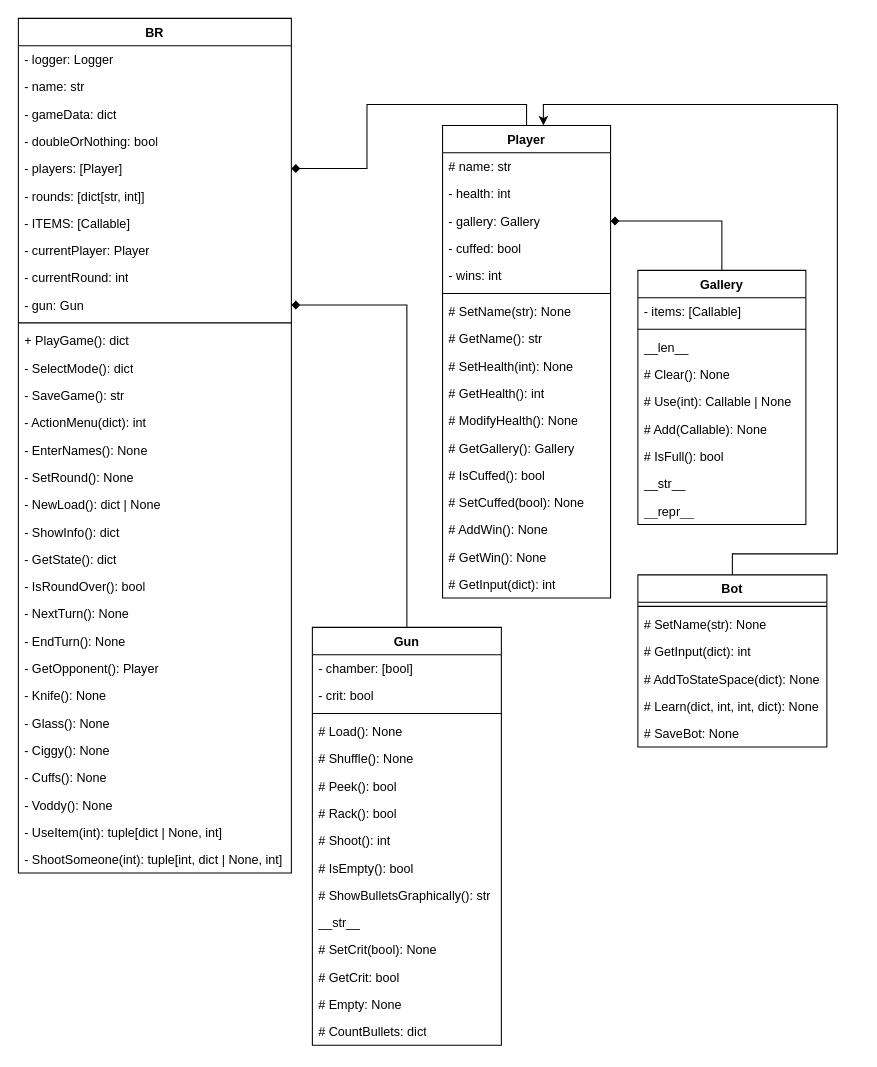
Above: BR_OOPDiagram.drawio in StreetTT/BackshotRoulette (draw.io), before the change. Source tidied: cells renumbered, new cells numbered last; positions are measured from the earlier drawing's top-left corner, leaving out a move shared by most shapes. Both pictures are drawn from the tidied source at 105%, with x=0, y=0 at pixel (18, 18).
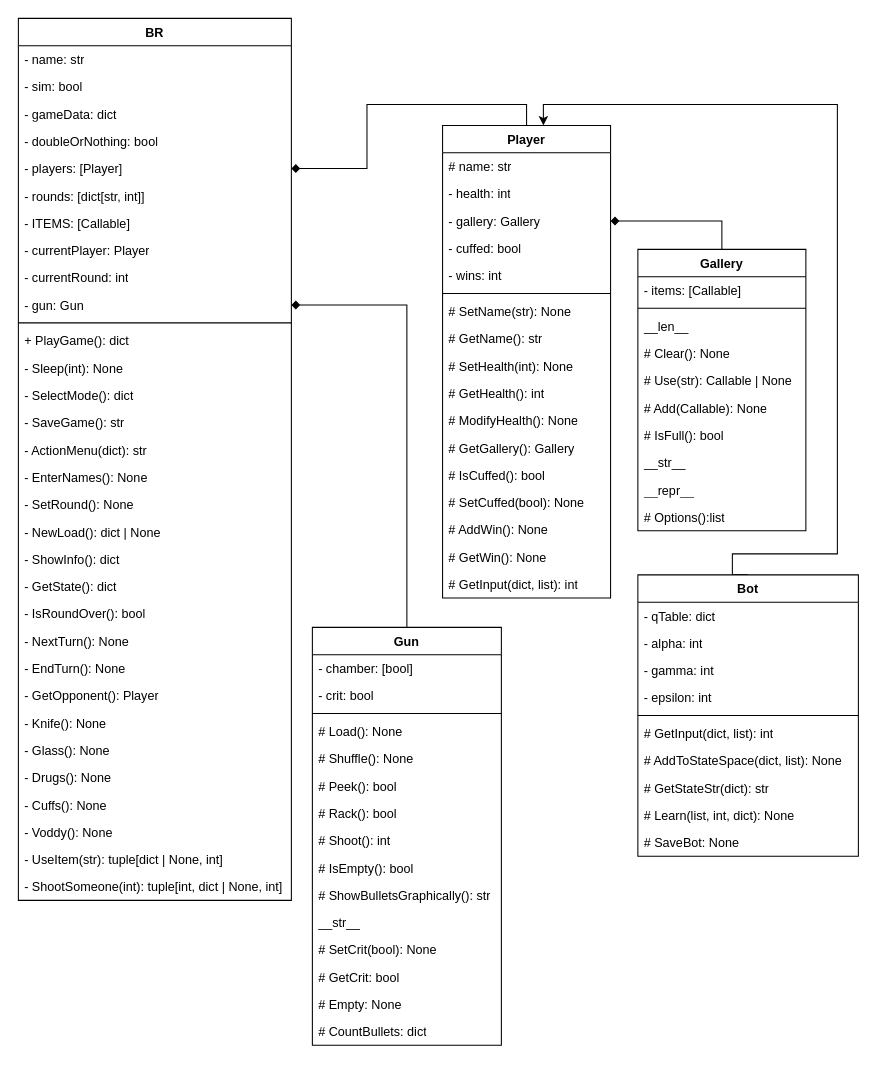
The same diagram, later.

The change refers to these unchanged cells:
```xml
<mxCell id="35" value="Player" style="swimlane;fontStyle=1;align=center;verticalAlign=top;horizontal=1;startSize=26;whiteSpace=wrap;html=1;" parent="1" vertex="1">
  <mxGeometry x="404" y="102" width="160" height="450" as="geometry" />
</mxCell>
```

Change to the diagram source:
```diff
@@
     <mxCell id="2" value="BR" style="swimlane;fontStyle=1;align=center;verticalAlign=top;horizontal=1;startSize=26;whiteSpace=wrap;html=1;" parent="1" vertex="1">
-      <mxGeometry width="260" height="814" as="geometry" />
+      <mxGeometry width="260" height="840" as="geometry" />
     </mxCell>
+    <mxCell id="4" value="- name: str" style="text;strokeColor=none;fillColor=none;align=left;verticalAlign=top;spacingLeft=4;spacingRight=4;overflow=hidden;whiteSpace=wrap;html=1;" parent="2" vertex="1">
+      <mxGeometry y="26" width="260" height="26" as="geometry" />
+    </mxCell>
-    <mxCell id="3" value="- logger: Logger" style="text;strokeColor=none;fillColor=none;align=left;verticalAlign=top;spacingLeft=4;spacingRight=4;overflow=hidden;whiteSpace=wrap;html=1;" parent="2" vertex="1">
-      <mxGeometry y="26" width="260" height="26" as="geometry" />
+    <mxCell id="3" value="- sim: bool" style="text;strokeColor=none;fillColor=none;align=left;verticalAlign=top;spacingLeft=4;spacingRight=4;overflow=hidden;whiteSpace=wrap;html=1;" parent="2" vertex="1">
+      <mxGeometry y="52" width="260" height="26" as="geometry" />
     </mxCell>
-    <mxCell id="4" value="- name: str" style="text;strokeColor=none;fillColor=none;align=left;verticalAlign=top;spacingLeft=4;spacingRight=4;overflow=hidden;whiteSpace=wrap;html=1;" parent="2" vertex="1">
-      <mxGeometry y="52" width="260" height="26" as="geometry" />
-    </mxCell>
@@
+    <mxCell id="89" value="- Sleep(int): None" style="text;strokeColor=none;fillColor=none;align=left;verticalAlign=top;spacingLeft=4;spacingRight=4;overflow=hidden;whiteSpace=wrap;html=1;" parent="2" vertex="1">
+      <mxGeometry y="320" width="260" height="26" as="geometry" />
+    </mxCell>
     <mxCell id="15" value="- SelectMode(): dict" style="text;strokeColor=none;fillColor=none;align=left;verticalAlign=top;spacingLeft=4;spacingRight=4;overflow=hidden;whiteSpace=wrap;html=1;" parent="2" vertex="1">
-      <mxGeometry y="320" width="260" height="26" as="geometry" />
+      <mxGeometry y="346" width="260" height="26" as="geometry" />
     </mxCell>
     <mxCell id="16" value="- SaveGame(): str" style="text;strokeColor=none;fillColor=none;align=left;verticalAlign=top;spacingLeft=4;spacingRight=4;overflow=hidden;whiteSpace=wrap;html=1;" parent="2" vertex="1">
-      <mxGeometry y="346" width="260" height="26" as="geometry" />
+      <mxGeometry y="372" width="260" height="26" as="geometry" />
     </mxCell>
-    <mxCell id="17" value="- ActionMenu(dict): int" style="text;strokeColor=none;fillColor=none;align=left;verticalAlign=top;spacingLeft=4;spacingRight=4;overflow=hidden;whiteSpace=wrap;html=1;" parent="2" vertex="1">
-      <mxGeometry y="372" width="260" height="26" as="geometry" />
+    <mxCell id="17" value="- ActionMenu(dict): str" style="text;strokeColor=none;fillColor=none;align=left;verticalAlign=top;spacingLeft=4;spacingRight=4;overflow=hidden;whiteSpace=wrap;html=1;" parent="2" vertex="1">
+      <mxGeometry y="398" width="260" height="26" as="geometry" />
     </mxCell>
     <mxCell id="18" value="- EnterNames(): None" style="text;strokeColor=none;fillColor=none;align=left;verticalAlign=top;spacingLeft=4;spacingRight=4;overflow=hidden;whiteSpace=wrap;html=1;" parent="2" vertex="1">
-      <mxGeometry y="398" width="260" height="26" as="geometry" />
+      <mxGeometry y="424" width="260" height="26" as="geometry" />
     </mxCell>
     <mxCell id="19" value="- SetRound(): None" style="text;strokeColor=none;fillColor=none;align=left;verticalAlign=top;spacingLeft=4;spacingRight=4;overflow=hidden;whiteSpace=wrap;html=1;" parent="2" vertex="1">
-      <mxGeometry y="424" width="260" height="26" as="geometry" />
+      <mxGeometry y="450" width="260" height="26" as="geometry" />
     </mxCell>
     <mxCell id="20" value="- NewLoad(): dict | None" style="text;strokeColor=none;fillColor=none;align=left;verticalAlign=top;spacingLeft=4;spacingRight=4;overflow=hidden;whiteSpace=wrap;html=1;" parent="2" vertex="1">
-      <mxGeometry y="450" width="260" height="26" as="geometry" />
+      <mxGeometry y="476" width="260" height="26" as="geometry" />
     </mxCell>
     <mxCell id="21" value="- ShowInfo(): dict" style="text;strokeColor=none;fillColor=none;align=left;verticalAlign=top;spacingLeft=4;spacingRight=4;overflow=hidden;whiteSpace=wrap;html=1;" parent="2" vertex="1">
-      <mxGeometry y="476" width="260" height="26" as="geometry" />
+      <mxGeometry y="502" width="260" height="26" as="geometry" />
     </mxCell>
     <mxCell id="22" value="- GetState(): dict" style="text;strokeColor=none;fillColor=none;align=left;verticalAlign=top;spacingLeft=4;spacingRight=4;overflow=hidden;whiteSpace=wrap;html=1;" parent="2" vertex="1">
-      <mxGeometry y="502" width="260" height="26" as="geometry" />
+      <mxGeometry y="528" width="260" height="26" as="geometry" />
     </mxCell>
     <mxCell id="23" value="- IsRoundOver(): bool" style="text;strokeColor=none;fillColor=none;align=left;verticalAlign=top;spacingLeft=4;spacingRight=4;overflow=hidden;whiteSpace=wrap;html=1;" parent="2" vertex="1">
-      <mxGeometry y="528" width="260" height="26" as="geometry" />
+      <mxGeometry y="554" width="260" height="26" as="geometry" />
     </mxCell>
     <mxCell id="24" value="- NextTurn(): None" style="text;strokeColor=none;fillColor=none;align=left;verticalAlign=top;spacingLeft=4;spacingRight=4;overflow=hidden;whiteSpace=wrap;html=1;" parent="2" vertex="1">
-      <mxGeometry y="554" width="260" height="26" as="geometry" />
+      <mxGeometry y="580" width="260" height="26" as="geometry" />
     </mxCell>
     <mxCell id="25" value="- EndTurn(): None" style="text;strokeColor=none;fillColor=none;align=left;verticalAlign=top;spacingLeft=4;spacingRight=4;overflow=hidden;whiteSpace=wrap;html=1;" parent="2" vertex="1">
-      <mxGeometry y="580" width="260" height="26" as="geometry" />
+      <mxGeometry y="606" width="260" height="26" as="geometry" />
     </mxCell>
     <mxCell id="26" value="- GetOpponent(): Player" style="text;strokeColor=none;fillColor=none;align=left;verticalAlign=top;spacingLeft=4;spacingRight=4;overflow=hidden;whiteSpace=wrap;html=1;" parent="2" vertex="1">
-      <mxGeometry y="606" width="260" height="26" as="geometry" />
+      <mxGeometry y="632" width="260" height="26" as="geometry" />
     </mxCell>
     <mxCell id="27" value="- Knife(): None" style="text;strokeColor=none;fillColor=none;align=left;verticalAlign=top;spacingLeft=4;spacingRight=4;overflow=hidden;whiteSpace=wrap;html=1;" parent="2" vertex="1">
-      <mxGeometry y="632" width="260" height="26" as="geometry" />
+      <mxGeometry y="658" width="260" height="26" as="geometry" />
     </mxCell>
     <mxCell id="28" value="- Glass(): None" style="text;strokeColor=none;fillColor=none;align=left;verticalAlign=top;spacingLeft=4;spacingRight=4;overflow=hidden;whiteSpace=wrap;html=1;" parent="2" vertex="1">
-      <mxGeometry y="658" width="260" height="26" as="geometry" />
+      <mxGeometry y="684" width="260" height="26" as="geometry" />
     </mxCell>
-    <mxCell id="29" value="- Ciggy(): None" style="text;strokeColor=none;fillColor=none;align=left;verticalAlign=top;spacingLeft=4;spacingRight=4;overflow=hidden;whiteSpace=wrap;html=1;" parent="2" vertex="1">
-      <mxGeometry y="684" width="260" height="26" as="geometry" />
+    <mxCell id="29" value="- Drugs(): None" style="text;strokeColor=none;fillColor=none;align=left;verticalAlign=top;spacingLeft=4;spacingRight=4;overflow=hidden;whiteSpace=wrap;html=1;" parent="2" vertex="1">
+      <mxGeometry y="710" width="260" height="26" as="geometry" />
     </mxCell>
     <mxCell id="30" value="- Cuffs(): None" style="text;strokeColor=none;fillColor=none;align=left;verticalAlign=top;spacingLeft=4;spacingRight=4;overflow=hidden;whiteSpace=wrap;html=1;" parent="2" vertex="1">
-      <mxGeometry y="710" width="260" height="26" as="geometry" />
+      <mxGeometry y="736" width="260" height="26" as="geometry" />
     </mxCell>
     <mxCell id="31" value="- Voddy(): None" style="text;strokeColor=none;fillColor=none;align=left;verticalAlign=top;spacingLeft=4;spacingRight=4;overflow=hidden;whiteSpace=wrap;html=1;" parent="2" vertex="1">
-      <mxGeometry y="736" width="260" height="26" as="geometry" />
+      <mxGeometry y="762" width="260" height="26" as="geometry" />
     </mxCell>
-    <mxCell id="32" value="- UseItem(int): tuple[dict | None, int]" style="text;strokeColor=none;fillColor=none;align=left;verticalAlign=top;spacingLeft=4;spacingRight=4;overflow=hidden;whiteSpace=wrap;html=1;" parent="2" vertex="1">
-      <mxGeometry y="762" width="260" height="26" as="geometry" />
+    <mxCell id="32" value="- UseItem(str): tuple[dict | None, int]" style="text;strokeColor=none;fillColor=none;align=left;verticalAlign=top;spacingLeft=4;spacingRight=4;overflow=hidden;whiteSpace=wrap;html=1;" parent="2" vertex="1">
+      <mxGeometry y="788" width="260" height="26" as="geometry" />
     </mxCell>
     <mxCell id="33" value="- ShootSomeone(int): tuple[int, dict | None, int]" style="text;strokeColor=none;fillColor=none;align=left;verticalAlign=top;spacingLeft=4;spacingRight=4;overflow=hidden;whiteSpace=wrap;html=1;" parent="2" vertex="1">
-      <mxGeometry y="788" width="260" height="26" as="geometry" />
+      <mxGeometry y="814" width="260" height="26" as="geometry" />
     </mxCell>
@@
-    <mxCell id="52" value="# GetInput(dict): int" style="text;strokeColor=none;fillColor=none;align=left;verticalAlign=top;spacingLeft=4;spacingRight=4;overflow=hidden;whiteSpace=wrap;html=1;" parent="35" vertex="1">
+    <mxCell id="52" value="# GetInput(dict, list): int" style="text;strokeColor=none;fillColor=none;align=left;verticalAlign=top;spacingLeft=4;spacingRight=4;overflow=hidden;whiteSpace=wrap;html=1;" parent="35" vertex="1">
       <mxGeometry y="424" width="160" height="26" as="geometry" />
     </mxCell>
@@
     <mxCell id="71" value="Gallery" style="swimlane;fontStyle=1;align=center;verticalAlign=top;horizontal=1;startSize=26;whiteSpace=wrap;html=1;" parent="1" vertex="1">
-      <mxGeometry x="590" y="240" width="160" height="242" as="geometry" />
+      <mxGeometry x="590" y="220" width="160" height="268" as="geometry" />
     </mxCell>
@@
-    <mxCell id="76" value="&lt;div&gt;# Use(int): Callable | None&lt;/div&gt;" style="text;strokeColor=none;fillColor=none;align=left;verticalAlign=top;spacingLeft=4;spacingRight=4;overflow=hidden;whiteSpace=wrap;html=1;" parent="71" vertex="1">
+    <mxCell id="76" value="&lt;div&gt;# Use(str): Callable | None&lt;/div&gt;" style="text;strokeColor=none;fillColor=none;align=left;verticalAlign=top;spacingLeft=4;spacingRight=4;overflow=hidden;whiteSpace=wrap;html=1;" parent="71" vertex="1">
       <mxGeometry y="112" width="160" height="26" as="geometry" />
     </mxCell>
@@
+    <mxCell id="90" value="# Options():list" style="text;strokeColor=none;fillColor=none;align=left;verticalAlign=top;spacingLeft=4;spacingRight=4;overflow=hidden;whiteSpace=wrap;html=1;" parent="71" vertex="1">
+      <mxGeometry y="242" width="160" height="26" as="geometry" />
+    </mxCell>
@@
     <mxCell id="82" value="Bot" style="swimlane;fontStyle=1;align=center;verticalAlign=top;horizontal=1;startSize=26;whiteSpace=wrap;html=1;" parent="1" vertex="1">
-      <mxGeometry x="590" y="530" width="180" height="164" as="geometry" />
+      <mxGeometry x="590" y="530" width="210" height="268" as="geometry" />
     </mxCell>
+    <mxCell id="91" value="- qTable: dict" style="text;strokeColor=none;fillColor=none;align=left;verticalAlign=top;spacingLeft=4;spacingRight=4;overflow=hidden;whiteSpace=wrap;html=1;" parent="82" vertex="1">
+      <mxGeometry y="26" width="210" height="26" as="geometry" />
+    </mxCell>
+    <mxCell id="92" value="- alpha: int" style="text;strokeColor=none;fillColor=none;align=left;verticalAlign=top;spacingLeft=4;spacingRight=4;overflow=hidden;whiteSpace=wrap;html=1;" parent="82" vertex="1">
+      <mxGeometry y="52" width="210" height="26" as="geometry" />
+    </mxCell>
+    <mxCell id="93" value="- gamma: int" style="text;strokeColor=none;fillColor=none;align=left;verticalAlign=top;spacingLeft=4;spacingRight=4;overflow=hidden;whiteSpace=wrap;html=1;" parent="82" vertex="1">
+      <mxGeometry y="78" width="210" height="26" as="geometry" />
+    </mxCell>
+    <mxCell id="94" value="- epsilon: int" style="text;strokeColor=none;fillColor=none;align=left;verticalAlign=top;spacingLeft=4;spacingRight=4;overflow=hidden;whiteSpace=wrap;html=1;" parent="82" vertex="1">
+      <mxGeometry y="104" width="210" height="26" as="geometry" />
+    </mxCell>
     <mxCell id="83" style="line;strokeWidth=1;fillColor=none;align=left;verticalAlign=middle;spacingTop=-1;spacingLeft=3;spacingRight=3;labelPosition=right;strokeColor=inherit;" parent="82" vertex="1">
-      <mxGeometry y="26" width="180" height="8" as="geometry" />
+      <mxGeometry y="130" width="210" height="8" as="geometry" />
     </mxCell>
-    <mxCell id="84" value="# SetName(str): None" style="text;strokeColor=none;fillColor=none;align=left;verticalAlign=top;spacingLeft=4;spacingRight=4;overflow=hidden;whiteSpace=wrap;html=1;" parent="82" vertex="1">
-      <mxGeometry y="34" width="180" height="26" as="geometry" />
-    </mxCell>
-    <mxCell id="85" value="# GetInput(dict): int" style="text;strokeColor=none;fillColor=none;align=left;verticalAlign=top;spacingLeft=4;spacingRight=4;overflow=hidden;whiteSpace=wrap;html=1;" parent="82" vertex="1">
-      <mxGeometry y="60" width="180" height="26" as="geometry" />
+    <mxCell id="85" value="# GetInput(dict, list): int" style="text;strokeColor=none;fillColor=none;align=left;verticalAlign=top;spacingLeft=4;spacingRight=4;overflow=hidden;whiteSpace=wrap;html=1;" parent="82" vertex="1">
+      <mxGeometry y="138" width="210" height="26" as="geometry" />
     </mxCell>
-    <mxCell id="86" value="# AddToStateSpace(dict): None" style="text;strokeColor=none;fillColor=none;align=left;verticalAlign=top;spacingLeft=4;spacingRight=4;overflow=hidden;whiteSpace=wrap;html=1;" parent="82" vertex="1">
-      <mxGeometry y="86" width="180" height="26" as="geometry" />
+    <mxCell id="86" value="# AddToStateSpace(dict, list): None" style="text;strokeColor=none;fillColor=none;align=left;verticalAlign=top;spacingLeft=4;spacingRight=4;overflow=hidden;whiteSpace=wrap;html=1;" parent="82" vertex="1">
+      <mxGeometry y="164" width="210" height="26" as="geometry" />
     </mxCell>
+    <mxCell id="95" value="# GetStateStr(dict): str" style="text;strokeColor=none;fillColor=none;align=left;verticalAlign=top;spacingLeft=4;spacingRight=4;overflow=hidden;whiteSpace=wrap;html=1;" parent="82" vertex="1">
+      <mxGeometry y="190" width="210" height="26" as="geometry" />
+    </mxCell>
-    <mxCell id="87" value="# Learn(dict, int, int, dict): None" style="text;strokeColor=none;fillColor=none;align=left;verticalAlign=top;spacingLeft=4;spacingRight=4;overflow=hidden;whiteSpace=wrap;html=1;" parent="82" vertex="1">
-      <mxGeometry y="112" width="180" height="26" as="geometry" />
+    <mxCell id="87" value="# Learn(list, int, dict): None" style="text;strokeColor=none;fillColor=none;align=left;verticalAlign=top;spacingLeft=4;spacingRight=4;overflow=hidden;whiteSpace=wrap;html=1;" parent="82" vertex="1">
+      <mxGeometry y="216" width="210" height="26" as="geometry" />
     </mxCell>
     <mxCell id="88" value="# SaveBot: None" style="text;strokeColor=none;fillColor=none;align=left;verticalAlign=top;spacingLeft=4;spacingRight=4;overflow=hidden;whiteSpace=wrap;html=1;" parent="82" vertex="1">
-      <mxGeometry y="138" width="180" height="26" as="geometry" />
+      <mxGeometry y="242" width="210" height="26" as="geometry" />
     </mxCell>
```
